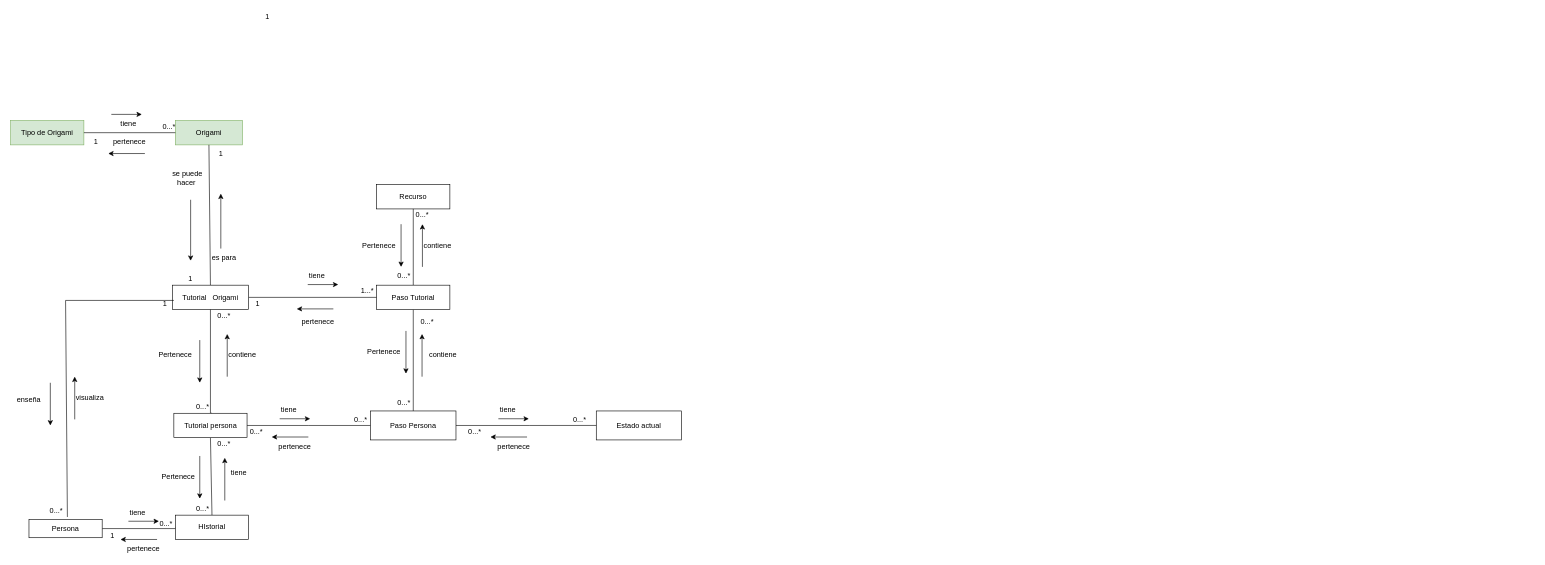
Earlier version of the draw.io diagram ModeloDeDominio3D.drawio (andrescastillo1996/documentacionMundoOrigami). Source tidied: cells renumbered, new cells numbered last; positions are measured from the earlier drawing's top-left corner, leaving out a move shared by most shapes. Both pictures are drawn from the tidied source at 61%, with x=0, y=0 at pixel (10, 10).
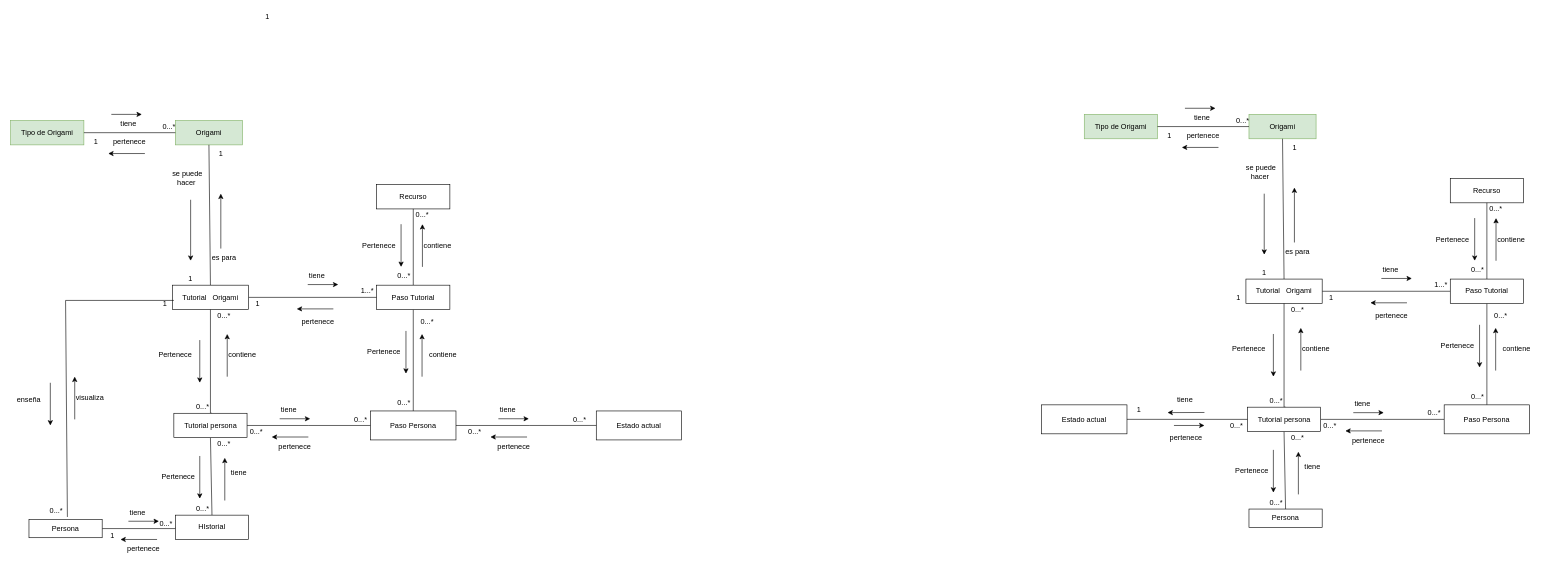
Above is the later version.

Diff of the diagram source:
```diff
@@
+    <mxCell id="91" value="Tipo de Origami" style="rounded=0;whiteSpace=wrap;html=1;fillColor=#d5e8d4;strokeColor=#82b366;" parent="1" vertex="1">
+      <mxGeometry x="1760" y="170" width="120" height="40" as="geometry" />
+    </mxCell>
+    <mxCell id="92" value="Origami" style="rounded=0;whiteSpace=wrap;html=1;fillColor=#d5e8d4;strokeColor=#82b366;" parent="1" vertex="1">
+      <mxGeometry x="2030" y="170" width="110" height="40" as="geometry" />
+    </mxCell>
+    <mxCell id="93" value="Estado actual" style="rounded=0;whiteSpace=wrap;html=1;" parent="1" vertex="1">
+      <mxGeometry x="1690" y="646.2" width="140" height="47.5" as="geometry" />
+    </mxCell>
+    <mxCell id="94" style="endArrow=none;html=1;rounded=0;entryX=1;entryY=0.5;entryDx=0;entryDy=0;exitX=0;exitY=0.5;exitDx=0;exitDy=0;" parent="1" edge="1" source="92" target="91">
+      <mxGeometry relative="1" as="geometry" />
+    </mxCell>
+    <mxCell id="95" value="Persona" style="rounded=0;whiteSpace=wrap;html=1;" parent="1" vertex="1">
+      <mxGeometry x="2030" y="817" width="120" height="30" as="geometry" />
+    </mxCell>
+    <mxCell id="96" style="endArrow=none;html=1;rounded=0;exitX=0.5;exitY=1;exitDx=0;exitDy=0;entryX=0.5;entryY=0;entryDx=0;entryDy=0;" parent="1" edge="1" source="92" target="98">
+      <mxGeometry relative="1" as="geometry" />
+    </mxCell>
+    <mxCell id="97" style="edgeStyle=orthogonalEdgeStyle;rounded=0;jettySize=auto;html=1;endArrow=none;endFill=0;" parent="1" edge="1" source="98" target="119">
+      <mxGeometry relative="1" as="geometry" />
+    </mxCell>
+    <mxCell id="98" value="Tutorial&amp;nbsp; &amp;nbsp;Origami" style="rounded=0;whiteSpace=wrap;html=1;" parent="1" vertex="1">
+      <mxGeometry x="2025" y="440" width="125" height="40" as="geometry" />
+    </mxCell>
+    <mxCell id="99" style="endArrow=none;html=1;rounded=0;entryX=0.5;entryY=1;entryDx=0;entryDy=0;exitX=1;exitY=1;exitDx=0;exitDy=0;" parent="1" edge="1" source="164" target="123">
+      <mxGeometry relative="1" as="geometry" />
+    </mxCell>
+    <mxCell id="100" style="endArrow=classic;html=1;rounded=0;" parent="1" edge="1">
+      <mxGeometry relative="1" as="geometry">
+        <mxPoint x="1925" y="160" as="sourcePoint" />
+        <mxPoint x="1975" y="160" as="targetPoint" />
+      </mxGeometry>
+    </mxCell>
+    <mxCell id="101" style="endArrow=classic;html=1;rounded=0;" parent="1" edge="1">
+      <mxGeometry relative="1" as="geometry">
+        <mxPoint x="1980" y="224.2" as="sourcePoint" />
+        <mxPoint x="1920" y="224.2" as="targetPoint" />
+      </mxGeometry>
+    </mxCell>
+    <mxCell id="102" style="endArrow=classic;html=1;rounded=0;" parent="1" edge="1">
+      <mxGeometry relative="1" as="geometry">
+        <mxPoint x="2104.5" y="380" as="sourcePoint" />
+        <mxPoint x="2104.5" y="290" as="targetPoint" />
+      </mxGeometry>
+    </mxCell>
+    <mxCell id="103" value="tiene&amp;nbsp;" style="text;html=1;strokeColor=none;fillColor=none;align=center;verticalAlign=middle;whiteSpace=wrap;rounded=0;" parent="1" vertex="1">
+      <mxGeometry x="1925" y="160" width="60" height="30" as="geometry" />
+    </mxCell>
+    <mxCell id="104" value="0...*" style="text;html=1;strokeColor=none;fillColor=none;align=center;verticalAlign=middle;whiteSpace=wrap;rounded=0;" parent="1" vertex="1">
+      <mxGeometry x="2005" y="170" width="30" height="20" as="geometry" />
+    </mxCell>
+    <mxCell id="105" style="endArrow=classic;html=1;rounded=0;" parent="1" edge="1">
+      <mxGeometry relative="1" as="geometry">
+        <mxPoint x="2055" y="300" as="sourcePoint" />
+        <mxPoint x="2055" y="400" as="targetPoint" />
+      </mxGeometry>
+    </mxCell>
+    <mxCell id="106" value="pertenece" style="text;html=1;strokeColor=none;fillColor=none;align=center;verticalAlign=middle;whiteSpace=wrap;rounded=0;" parent="1" vertex="1">
+      <mxGeometry x="1925" y="195" width="60" height="20" as="geometry" />
+    </mxCell>
+    <mxCell id="107" value="1" style="text;html=1;strokeColor=none;fillColor=none;align=center;verticalAlign=middle;whiteSpace=wrap;rounded=0;" parent="1" vertex="1">
+      <mxGeometry x="1885" y="195" width="30" height="20" as="geometry" />
+    </mxCell>
+    <mxCell id="108" value="es para" style="text;html=1;strokeColor=none;fillColor=none;align=center;verticalAlign=middle;whiteSpace=wrap;rounded=0;" parent="1" vertex="1">
+      <mxGeometry x="2080" y="380" width="60" height="30" as="geometry" />
+    </mxCell>
+    <mxCell id="109" value="1" style="text;html=1;strokeColor=none;fillColor=none;align=center;verticalAlign=middle;whiteSpace=wrap;rounded=0;" parent="1" vertex="1">
+      <mxGeometry x="2040" y="420" width="30" height="20" as="geometry" />
+    </mxCell>
+    <mxCell id="110" value="se puede hacer&amp;nbsp;" style="text;html=1;strokeColor=none;fillColor=none;align=center;verticalAlign=middle;whiteSpace=wrap;rounded=0;" parent="1" vertex="1">
+      <mxGeometry x="2020" y="255" width="60" height="20" as="geometry" />
+    </mxCell>
+    <mxCell id="111" value="1" style="text;html=1;strokeColor=none;fillColor=none;align=center;verticalAlign=middle;whiteSpace=wrap;rounded=0;" parent="1" vertex="1">
+      <mxGeometry x="2090" y="215" width="30" height="20" as="geometry" />
+    </mxCell>
+    <mxCell id="112" style="endArrow=classic;html=1;rounded=0;" parent="1" edge="1">
+      <mxGeometry relative="1" as="geometry">
+        <mxPoint x="2111" y="793" as="sourcePoint" />
+        <mxPoint x="2111" y="723" as="targetPoint" />
+      </mxGeometry>
+    </mxCell>
+    <mxCell id="113" style="endArrow=classic;html=1;rounded=0;" parent="1" edge="1">
+      <mxGeometry relative="1" as="geometry">
+        <mxPoint x="2070" y="720" as="sourcePoint" />
+        <mxPoint x="2070" y="790" as="targetPoint" />
+      </mxGeometry>
+    </mxCell>
+    <mxCell id="114" value="Pertenece" style="text;html=1;strokeColor=none;fillColor=none;align=center;verticalAlign=middle;whiteSpace=wrap;rounded=0;" parent="1" vertex="1">
+      <mxGeometry x="2005" y="740" width="60" height="30" as="geometry" />
+    </mxCell>
+    <mxCell id="115" value="tiene&amp;nbsp;" style="text;html=1;strokeColor=none;fillColor=none;align=center;verticalAlign=middle;whiteSpace=wrap;rounded=0;" parent="1" vertex="1">
+      <mxGeometry x="2106" y="733" width="60" height="30" as="geometry" />
+    </mxCell>
+    <mxCell id="116" value="Recurso" style="rounded=0;whiteSpace=wrap;html=1;" parent="1" vertex="1">
+      <mxGeometry x="2360" y="275" width="120" height="40" as="geometry" />
+    </mxCell>
+    <mxCell id="117" style="edgeStyle=orthogonalEdgeStyle;rounded=0;jettySize=auto;html=1;endArrow=none;endFill=0;" parent="1" edge="1" source="119" target="116">
+      <mxGeometry relative="1" as="geometry" />
+    </mxCell>
+    <mxCell id="118" style="edgeStyle=orthogonalEdgeStyle;rounded=0;jettySize=auto;html=1;endArrow=none;endFill=0;" parent="1" edge="1" source="119" target="150">
+      <mxGeometry relative="1" as="geometry" />
+    </mxCell>
+    <mxCell id="119" value="Paso Tutorial" style="rounded=0;whiteSpace=wrap;html=1;" parent="1" vertex="1">
+      <mxGeometry x="2360" y="440" width="120" height="40" as="geometry" />
+    </mxCell>
+    <mxCell id="120" style="edgeStyle=orthogonalEdgeStyle;rounded=0;jettySize=auto;html=1;exitX=0.5;exitY=0;exitDx=0;exitDy=0;entryX=0.5;entryY=1;entryDx=0;entryDy=0;endArrow=none;endFill=0;" parent="1" edge="1" source="123" target="98">
+      <mxGeometry relative="1" as="geometry" />
+    </mxCell>
+    <mxCell id="121" style="edgeStyle=orthogonalEdgeStyle;rounded=0;jettySize=auto;html=1;exitX=0.5;exitY=0;exitDx=0;exitDy=0;entryX=1;entryY=1;entryDx=0;entryDy=0;endArrow=none;endFill=0;" parent="1" edge="1" source="123" target="143">
+      <mxGeometry relative="1" as="geometry" />
+    </mxCell>
+    <mxCell id="122" style="edgeStyle=orthogonalEdgeStyle;rounded=0;jettySize=auto;html=1;endArrow=none;endFill=0;" parent="1" edge="1" source="123" target="150">
+      <mxGeometry relative="1" as="geometry" />
+    </mxCell>
+    <mxCell id="123" value="Tutorial persona" style="rounded=0;whiteSpace=wrap;html=1;" parent="1" vertex="1">
+      <mxGeometry x="2027.5" y="650" width="120" height="40" as="geometry" />
+    </mxCell>
+    <mxCell id="124" value="0...*" style="text;html=1;strokeColor=none;fillColor=none;align=center;verticalAlign=middle;whiteSpace=wrap;rounded=0;" parent="1" vertex="1">
+      <mxGeometry x="2095" y="690" width="30" height="20" as="geometry" />
+    </mxCell>
+    <mxCell id="125" style="endArrow=classic;html=1;rounded=0;" parent="1" edge="1">
+      <mxGeometry relative="1" as="geometry">
+        <mxPoint x="2115" y="590" as="sourcePoint" />
+        <mxPoint x="2115" y="520" as="targetPoint" />
+      </mxGeometry>
+    </mxCell>
+    <mxCell id="126" value="contiene" style="text;html=1;strokeColor=none;fillColor=none;align=center;verticalAlign=middle;whiteSpace=wrap;rounded=0;" parent="1" vertex="1">
+      <mxGeometry x="2110" y="540" width="60" height="30" as="geometry" />
+    </mxCell>
+    <mxCell id="127" value="Pertenece" style="text;html=1;strokeColor=none;fillColor=none;align=center;verticalAlign=middle;whiteSpace=wrap;rounded=0;" parent="1" vertex="1">
+      <mxGeometry x="2000" y="540" width="60" height="30" as="geometry" />
+    </mxCell>
+    <mxCell id="128" style="endArrow=classic;html=1;rounded=0;" parent="1" edge="1">
+      <mxGeometry relative="1" as="geometry">
+        <mxPoint x="2070" y="530" as="sourcePoint" />
+        <mxPoint x="2070" y="600" as="targetPoint" />
+      </mxGeometry>
+    </mxCell>
+    <mxCell id="129" value="0...*" style="text;html=1;strokeColor=none;fillColor=none;align=center;verticalAlign=middle;whiteSpace=wrap;rounded=0;" parent="1" vertex="1">
+      <mxGeometry x="2095" y="480" width="30" height="20" as="geometry" />
+    </mxCell>
+    <mxCell id="130" value="1" style="text;html=1;strokeColor=none;fillColor=none;align=center;verticalAlign=middle;whiteSpace=wrap;rounded=0;" parent="1" vertex="1">
+      <mxGeometry x="1997.5" y="460" width="30" height="20" as="geometry" />
+    </mxCell>
+    <mxCell id="131" style="endArrow=classic;html=1;rounded=0;" parent="1" edge="1">
+      <mxGeometry relative="1" as="geometry">
+        <mxPoint x="2247" y="439" as="sourcePoint" />
+        <mxPoint x="2297" y="439" as="targetPoint" />
+      </mxGeometry>
+    </mxCell>
+    <mxCell id="132" style="endArrow=classic;html=1;rounded=0;" parent="1" edge="1">
+      <mxGeometry relative="1" as="geometry">
+        <mxPoint x="2289" y="478.9" as="sourcePoint" />
+        <mxPoint x="2229" y="478.9" as="targetPoint" />
+      </mxGeometry>
+    </mxCell>
+    <mxCell id="133" value="tiene&amp;nbsp;" style="text;html=1;strokeColor=none;fillColor=none;align=center;verticalAlign=middle;whiteSpace=wrap;rounded=0;" parent="1" vertex="1">
+      <mxGeometry x="2234" y="410" width="60" height="30" as="geometry" />
+    </mxCell>
+    <mxCell id="134" value="pertenece" style="text;html=1;strokeColor=none;fillColor=none;align=center;verticalAlign=middle;whiteSpace=wrap;rounded=0;" parent="1" vertex="1">
+      <mxGeometry x="2234" y="490" width="60" height="20" as="geometry" />
+    </mxCell>
+    <mxCell id="135" value="1...*" style="text;html=1;strokeColor=none;fillColor=none;align=center;verticalAlign=middle;whiteSpace=wrap;rounded=0;" parent="1" vertex="1">
+      <mxGeometry x="2330" y="440" width="30" height="20" as="geometry" />
+    </mxCell>
+    <mxCell id="136" value="1" style="text;html=1;strokeColor=none;fillColor=none;align=center;verticalAlign=middle;whiteSpace=wrap;rounded=0;" parent="1" vertex="1">
+      <mxGeometry x="2150" y="460" width="30" height="20" as="geometry" />
+    </mxCell>
+    <mxCell id="137" style="endArrow=classic;html=1;rounded=0;" parent="1" edge="1">
+      <mxGeometry relative="1" as="geometry">
+        <mxPoint x="2435" y="410" as="sourcePoint" />
+        <mxPoint x="2435" y="340" as="targetPoint" />
+      </mxGeometry>
+    </mxCell>
+    <mxCell id="138" value="contiene" style="text;html=1;strokeColor=none;fillColor=none;align=center;verticalAlign=middle;whiteSpace=wrap;rounded=0;" parent="1" vertex="1">
+      <mxGeometry x="2430" y="360" width="60" height="30" as="geometry" />
+    </mxCell>
+    <mxCell id="139" value="Pertenece" style="text;html=1;strokeColor=none;fillColor=none;align=center;verticalAlign=middle;whiteSpace=wrap;rounded=0;" parent="1" vertex="1">
+      <mxGeometry x="2334" y="360" width="60" height="30" as="geometry" />
+    </mxCell>
+    <mxCell id="140" style="endArrow=classic;html=1;rounded=0;" parent="1" edge="1">
+      <mxGeometry relative="1" as="geometry">
+        <mxPoint x="2400" y="340" as="sourcePoint" />
+        <mxPoint x="2400" y="410" as="targetPoint" />
+      </mxGeometry>
+    </mxCell>
+    <mxCell id="141" value="0...*" style="text;html=1;strokeColor=none;fillColor=none;align=center;verticalAlign=middle;whiteSpace=wrap;rounded=0;" parent="1" vertex="1">
+      <mxGeometry x="2420" y="315" width="30" height="20" as="geometry" />
+    </mxCell>
+    <mxCell id="142" value="0...*" style="text;html=1;strokeColor=none;fillColor=none;align=center;verticalAlign=middle;whiteSpace=wrap;rounded=0;" parent="1" vertex="1">
+      <mxGeometry x="2390" y="415" width="30" height="20" as="geometry" />
+    </mxCell>
+    <mxCell id="143" value="0...*" style="text;html=1;strokeColor=none;fillColor=none;align=center;verticalAlign=middle;whiteSpace=wrap;rounded=0;" parent="1" vertex="1">
+      <mxGeometry x="2060" y="630" width="30" height="20" as="geometry" />
+    </mxCell>
+    <mxCell id="144" style="endArrow=classic;html=1;rounded=0;" parent="1" edge="1">
+      <mxGeometry relative="1" as="geometry">
+        <mxPoint x="2201" y="659" as="sourcePoint" />
+        <mxPoint x="2251" y="659" as="targetPoint" />
+      </mxGeometry>
+    </mxCell>
+    <mxCell id="145" style="endArrow=classic;html=1;rounded=0;" parent="1" edge="1">
+      <mxGeometry relative="1" as="geometry">
+        <mxPoint x="2248" y="688.9" as="sourcePoint" />
+        <mxPoint x="2188" y="688.9" as="targetPoint" />
+      </mxGeometry>
+    </mxCell>
+    <mxCell id="146" value="tiene&amp;nbsp;" style="text;html=1;strokeColor=none;fillColor=none;align=center;verticalAlign=middle;whiteSpace=wrap;rounded=0;" parent="1" vertex="1">
+      <mxGeometry x="2188" y="630" width="60" height="30" as="geometry" />
+    </mxCell>
+    <mxCell id="147" value="pertenece" style="text;html=1;strokeColor=none;fillColor=none;align=center;verticalAlign=middle;whiteSpace=wrap;rounded=0;" parent="1" vertex="1">
+      <mxGeometry x="2196" y="695" width="60" height="20" as="geometry" />
+    </mxCell>
+    <mxCell id="148" value="0...*" style="text;html=1;strokeColor=none;fillColor=none;align=center;verticalAlign=middle;whiteSpace=wrap;rounded=0;" parent="1" vertex="1">
+      <mxGeometry x="2147.5" y="670" width="30" height="20" as="geometry" />
+    </mxCell>
+    <mxCell id="149" style="edgeStyle=orthogonalEdgeStyle;rounded=0;jettySize=auto;html=1;entryX=1;entryY=0.5;entryDx=0;entryDy=0;endArrow=none;endFill=0;exitX=0;exitY=0.5;exitDx=0;exitDy=0;" parent="1" edge="1" source="123" target="93">
+      <mxGeometry relative="1" as="geometry" />
+    </mxCell>
+    <mxCell id="150" value="Paso Persona" style="rounded=0;whiteSpace=wrap;html=1;" parent="1" vertex="1">
+      <mxGeometry x="2350" y="646.2" width="140" height="47.5" as="geometry" />
+    </mxCell>
+    <mxCell id="151" style="endArrow=classic;html=1;rounded=0;" parent="1" edge="1">
+      <mxGeometry relative="1" as="geometry">
+        <mxPoint x="2434.4" y="590" as="sourcePoint" />
+        <mxPoint x="2434.4" y="520" as="targetPoint" />
+      </mxGeometry>
+    </mxCell>
+    <mxCell id="152" value="contiene" style="text;html=1;strokeColor=none;fillColor=none;align=center;verticalAlign=middle;whiteSpace=wrap;rounded=0;" parent="1" vertex="1">
+      <mxGeometry x="2438.5" y="540" width="60" height="30" as="geometry" />
+    </mxCell>
+    <mxCell id="153" value="Pertenece" style="text;html=1;strokeColor=none;fillColor=none;align=center;verticalAlign=middle;whiteSpace=wrap;rounded=0;" parent="1" vertex="1">
+      <mxGeometry x="2342" y="535" width="60" height="30" as="geometry" />
+    </mxCell>
+    <mxCell id="154" style="endArrow=classic;html=1;rounded=0;" parent="1" edge="1">
+      <mxGeometry relative="1" as="geometry">
+        <mxPoint x="2408" y="515" as="sourcePoint" />
+        <mxPoint x="2408" y="585" as="targetPoint" />
+      </mxGeometry>
+    </mxCell>
+    <mxCell id="155" value="0...*" style="text;html=1;strokeColor=none;fillColor=none;align=center;verticalAlign=middle;whiteSpace=wrap;rounded=0;" parent="1" vertex="1">
+      <mxGeometry x="2428" y="490" width="30" height="20" as="geometry" />
+    </mxCell>
+    <mxCell id="156" value="0...*" style="text;html=1;strokeColor=none;fillColor=none;align=center;verticalAlign=middle;whiteSpace=wrap;rounded=0;" parent="1" vertex="1">
+      <mxGeometry x="2390" y="622.5" width="30" height="20" as="geometry" />
+    </mxCell>
+    <mxCell id="157" value="0...*" style="text;html=1;strokeColor=none;fillColor=none;align=center;verticalAlign=middle;whiteSpace=wrap;rounded=0;" parent="1" vertex="1">
+      <mxGeometry x="2319" y="650" width="30" height="20" as="geometry" />
+    </mxCell>
+    <mxCell id="158" style="endArrow=classic;html=1;rounded=0;" parent="1" edge="1">
+      <mxGeometry relative="1" as="geometry">
+        <mxPoint x="1907" y="680" as="sourcePoint" />
+        <mxPoint x="1957" y="680" as="targetPoint" />
+      </mxGeometry>
+    </mxCell>
+    <mxCell id="159" style="endArrow=classic;html=1;rounded=0;" parent="1" edge="1">
+      <mxGeometry relative="1" as="geometry">
+        <mxPoint x="1957" y="658.7" as="sourcePoint" />
+        <mxPoint x="1896.5" y="658.9" as="targetPoint" />
+      </mxGeometry>
+    </mxCell>
+    <mxCell id="160" value="tiene&amp;nbsp;" style="text;html=1;strokeColor=none;fillColor=none;align=center;verticalAlign=middle;whiteSpace=wrap;rounded=0;" parent="1" vertex="1">
+      <mxGeometry x="1897" y="622.5" width="60" height="30" as="geometry" />
+    </mxCell>
+    <mxCell id="161" value="pertenece" style="text;html=1;strokeColor=none;fillColor=none;align=center;verticalAlign=middle;whiteSpace=wrap;rounded=0;" parent="1" vertex="1">
+      <mxGeometry x="1897" y="690" width="60" height="20" as="geometry" />
+    </mxCell>
+    <mxCell id="162" value="1" style="text;html=1;strokeColor=none;fillColor=none;align=center;verticalAlign=middle;whiteSpace=wrap;rounded=0;" parent="1" vertex="1">
+      <mxGeometry x="1835" y="645" width="30" height="20" as="geometry" />
+    </mxCell>
+    <mxCell id="163" value="0...*" style="text;html=1;strokeColor=none;fillColor=none;align=center;verticalAlign=middle;whiteSpace=wrap;rounded=0;" parent="1" vertex="1">
+      <mxGeometry x="1995" y="670" width="30" height="20" as="geometry" />
+    </mxCell>
+    <mxCell id="164" value="0...*" style="text;html=1;strokeColor=none;fillColor=none;align=center;verticalAlign=middle;whiteSpace=wrap;rounded=0;" parent="1" vertex="1">
+      <mxGeometry x="2060" y="797" width="30" height="20" as="geometry" />
+    </mxCell>
```
